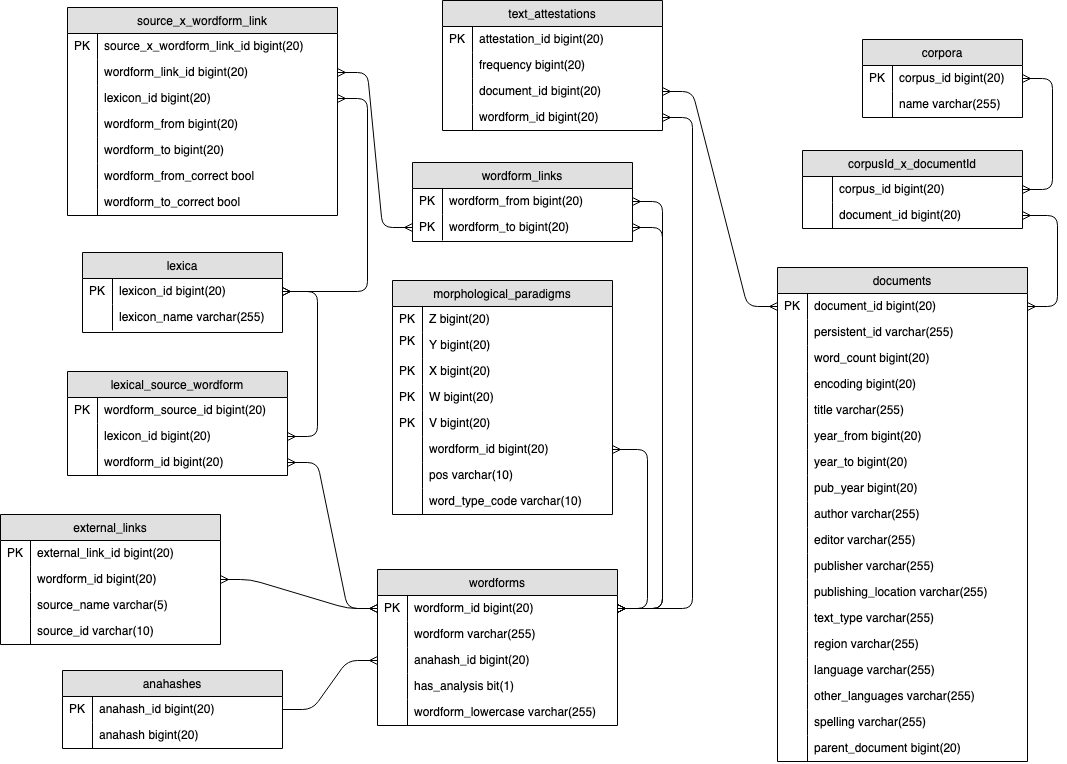
Above: img/ticclat.png in TICCLAT/docs (draw.io), before the change. Source tidied: cells renumbered, new cells last; positions are measured from the earlier drawing's top-left corner, leaving out a move shared by most shapes.
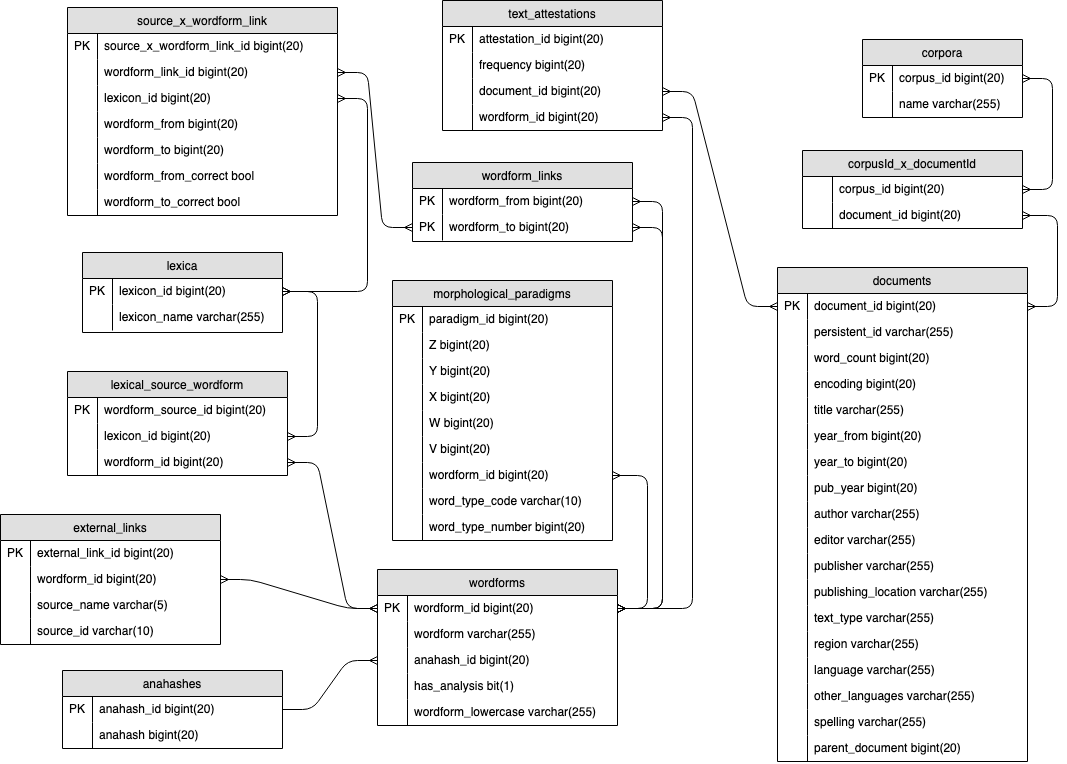
After the commit.

Commit message:
Update the morphological paradigms table

- new primary key
- remove field for pos tag
- add field for word_type_number

What changed in the source:
```diff
@@ -348,52 +348,58 @@
       <mxGeometry relative="1" as="geometry" />
     </mxCell>
     <mxCell id="117" value="morphological_paradigms" style="swimlane;fontStyle=0;horizontal=1;startSize=26;fillColor=#e0e0e0;swimlaneFillColor=#ffffff;align=center;" parent="1" vertex="1">
-      <mxGeometry x="392" y="280" width="220" height="234" as="geometry" />
+      <mxGeometry x="392" y="280" width="220" height="260" as="geometry" />
     </mxCell>
-    <mxCell id="118" value="Z bigint(20) " style="shape=partialRectangle;top=0;left=0;right=0;bottom=0;align=left;verticalAlign=top;spacingTop=-2;fillColor=none;spacingLeft=34;spacingRight=4;overflow=hidden;" parent="117" vertex="1">
+    <mxCell id="118" value="paradigm_id bigint(20) " style="shape=partialRectangle;top=0;left=0;right=0;bottom=0;align=left;verticalAlign=top;spacingTop=-2;fillColor=none;spacingLeft=34;spacingRight=4;overflow=hidden;" parent="117" vertex="1">
       <mxGeometry y="26" width="220" height="26" as="geometry" />
     </mxCell>
     <mxCell id="119" value="PK" style="shape=partialRectangle;top=0;left=0;bottom=0;fillColor=none;align=left;verticalAlign=middle;spacingLeft=4;spacingRight=4;overflow=hidden;" parent="118" vertex="1">
       <mxGeometry width="30" height="26" as="geometry" />
     </mxCell>
+    <mxCell id="145" value="Z bigint(20) " style="shape=partialRectangle;top=0;left=0;right=0;bottom=0;align=left;verticalAlign=top;spacingTop=-2;fillColor=none;spacingLeft=34;spacingRight=4;overflow=hidden;" parent="117" vertex="1">
+      <mxGeometry y="52" width="220" height="26" as="geometry" />
+    </mxCell>
+    <mxCell id="146" style="shape=partialRectangle;top=0;left=0;bottom=0;fillColor=none;align=left;verticalAlign=middle;spacingLeft=4;spacingRight=4;overflow=hidden;" parent="145" vertex="1">
+      <mxGeometry width="30" height="26" as="geometry" />
+    </mxCell>
     <mxCell id="120" value="Y bigint(20)&#10;" style="shape=partialRectangle;top=0;left=0;right=0;bottom=0;align=left;verticalAlign=top;spacingTop=-2;fillColor=none;spacingLeft=34;spacingRight=4;overflow=hidden;" parent="117" vertex="1">
-      <mxGeometry y="52" width="220" height="26" as="geometry" />
+      <mxGeometry y="78" width="220" height="26" as="geometry" />
     </mxCell>
-    <mxCell id="121" value="PK&#10;" style="shape=partialRectangle;top=0;left=0;bottom=0;fillColor=none;align=left;verticalAlign=middle;spacingLeft=4;spacingRight=4;overflow=hidden;" parent="120" vertex="1">
+    <mxCell id="121" style="shape=partialRectangle;top=0;left=0;bottom=0;fillColor=none;align=left;verticalAlign=middle;spacingLeft=4;spacingRight=4;overflow=hidden;" parent="120" vertex="1">
       <mxGeometry width="30" height="26" as="geometry" />
     </mxCell>
     <mxCell id="122" value="X bigint(20)" style="shape=partialRectangle;top=0;left=0;right=0;bottom=0;align=left;verticalAlign=top;spacingTop=-2;fillColor=none;spacingLeft=34;spacingRight=4;overflow=hidden;" parent="117" vertex="1">
-      <mxGeometry y="78" width="220" height="26" as="geometry" />
+      <mxGeometry y="104" width="220" height="26" as="geometry" />
     </mxCell>
-    <mxCell id="123" value="PK" style="shape=partialRectangle;top=0;left=0;bottom=0;fillColor=none;align=left;verticalAlign=middle;spacingLeft=4;spacingRight=4;overflow=hidden;" parent="122" vertex="1">
+    <mxCell id="123" style="shape=partialRectangle;top=0;left=0;bottom=0;fillColor=none;align=left;verticalAlign=middle;spacingLeft=4;spacingRight=4;overflow=hidden;" parent="122" vertex="1">
       <mxGeometry width="30" height="26" as="geometry" />
     </mxCell>
     <mxCell id="124" value="W bigint(20)" style="shape=partialRectangle;top=0;left=0;right=0;bottom=0;align=left;verticalAlign=top;spacingTop=-2;fillColor=none;spacingLeft=34;spacingRight=4;overflow=hidden;" parent="117" vertex="1">
-      <mxGeometry y="104" width="220" height="26" as="geometry" />
+      <mxGeometry y="130" width="220" height="26" as="geometry" />
     </mxCell>
-    <mxCell id="125" value="PK" style="shape=partialRectangle;top=0;left=0;bottom=0;fillColor=none;align=left;verticalAlign=middle;spacingLeft=4;spacingRight=4;overflow=hidden;" parent="124" vertex="1">
+    <mxCell id="125" style="shape=partialRectangle;top=0;left=0;bottom=0;fillColor=none;align=left;verticalAlign=middle;spacingLeft=4;spacingRight=4;overflow=hidden;" parent="124" vertex="1">
       <mxGeometry width="30" height="26" as="geometry" />
     </mxCell>
     <mxCell id="126" value="V bigint(20)" style="shape=partialRectangle;top=0;left=0;right=0;bottom=0;align=left;verticalAlign=top;spacingTop=-2;fillColor=none;spacingLeft=34;spacingRight=4;overflow=hidden;" parent="117" vertex="1">
-      <mxGeometry y="130" width="220" height="26" as="geometry" />
+      <mxGeometry y="156" width="220" height="26" as="geometry" />
     </mxCell>
-    <mxCell id="127" value="PK" style="shape=partialRectangle;top=0;left=0;bottom=0;fillColor=none;align=left;verticalAlign=middle;spacingLeft=4;spacingRight=4;overflow=hidden;" parent="126" vertex="1">
+    <mxCell id="127" style="shape=partialRectangle;top=0;left=0;bottom=0;fillColor=none;align=left;verticalAlign=middle;spacingLeft=4;spacingRight=4;overflow=hidden;" parent="126" vertex="1">
       <mxGeometry width="30" height="26" as="geometry" />
     </mxCell>
     <mxCell id="128" value="wordform_id bigint(20)" style="shape=partialRectangle;top=0;left=0;right=0;bottom=0;align=left;verticalAlign=top;spacingTop=-2;fillColor=none;spacingLeft=34;spacingRight=4;overflow=hidden;points=[[0,0.5],[1,0.5]];portConstraint=eastwest;" parent="117" vertex="1">
-      <mxGeometry y="156" width="220" height="26" as="geometry" />
+      <mxGeometry y="182" width="220" height="26" as="geometry" />
     </mxCell>
     <mxCell id="129" style="shape=partialRectangle;top=0;left=0;bottom=0;fillColor=none;align=left;verticalAlign=middle;spacingLeft=4;spacingRight=4;overflow=hidden;" parent="128" vertex="1">
       <mxGeometry width="30" height="26" as="geometry" />
     </mxCell>
-    <mxCell id="130" value="pos varchar(10)" style="shape=partialRectangle;top=0;left=0;right=0;bottom=0;align=left;verticalAlign=top;spacingTop=-2;fillColor=none;spacingLeft=34;spacingRight=4;overflow=hidden;" parent="117" vertex="1">
-      <mxGeometry y="182" width="220" height="26" as="geometry" />
+    <mxCell id="130" value="word_type_code varchar(10)" style="shape=partialRectangle;top=0;left=0;right=0;bottom=0;align=left;verticalAlign=top;spacingTop=-2;fillColor=none;spacingLeft=34;spacingRight=4;overflow=hidden;" parent="117" vertex="1">
+      <mxGeometry y="208" width="220" height="26" as="geometry" />
     </mxCell>
     <mxCell id="131" style="shape=partialRectangle;top=0;left=0;bottom=0;fillColor=none;align=left;verticalAlign=middle;spacingLeft=4;spacingRight=4;overflow=hidden;" parent="130" vertex="1">
       <mxGeometry width="30" height="26" as="geometry" />
     </mxCell>
-    <mxCell id="132" value="word_type_code varchar(10)" style="shape=partialRectangle;top=0;left=0;right=0;bottom=0;align=left;verticalAlign=top;spacingTop=-2;fillColor=none;spacingLeft=34;spacingRight=4;overflow=hidden;" parent="117" vertex="1">
-      <mxGeometry y="208" width="220" height="26" as="geometry" />
+    <mxCell id="132" value="word_type_number bigint(20)" style="shape=partialRectangle;top=0;left=0;right=0;bottom=0;align=left;verticalAlign=top;spacingTop=-2;fillColor=none;spacingLeft=34;spacingRight=4;overflow=hidden;" parent="117" vertex="1">
+      <mxGeometry y="234" width="220" height="26" as="geometry" />
     </mxCell>
     <mxCell id="133" style="shape=partialRectangle;top=0;left=0;bottom=0;fillColor=none;align=left;verticalAlign=middle;spacingLeft=4;spacingRight=4;overflow=hidden;" parent="132" vertex="1">
       <mxGeometry width="30" height="26" as="geometry" />
```
